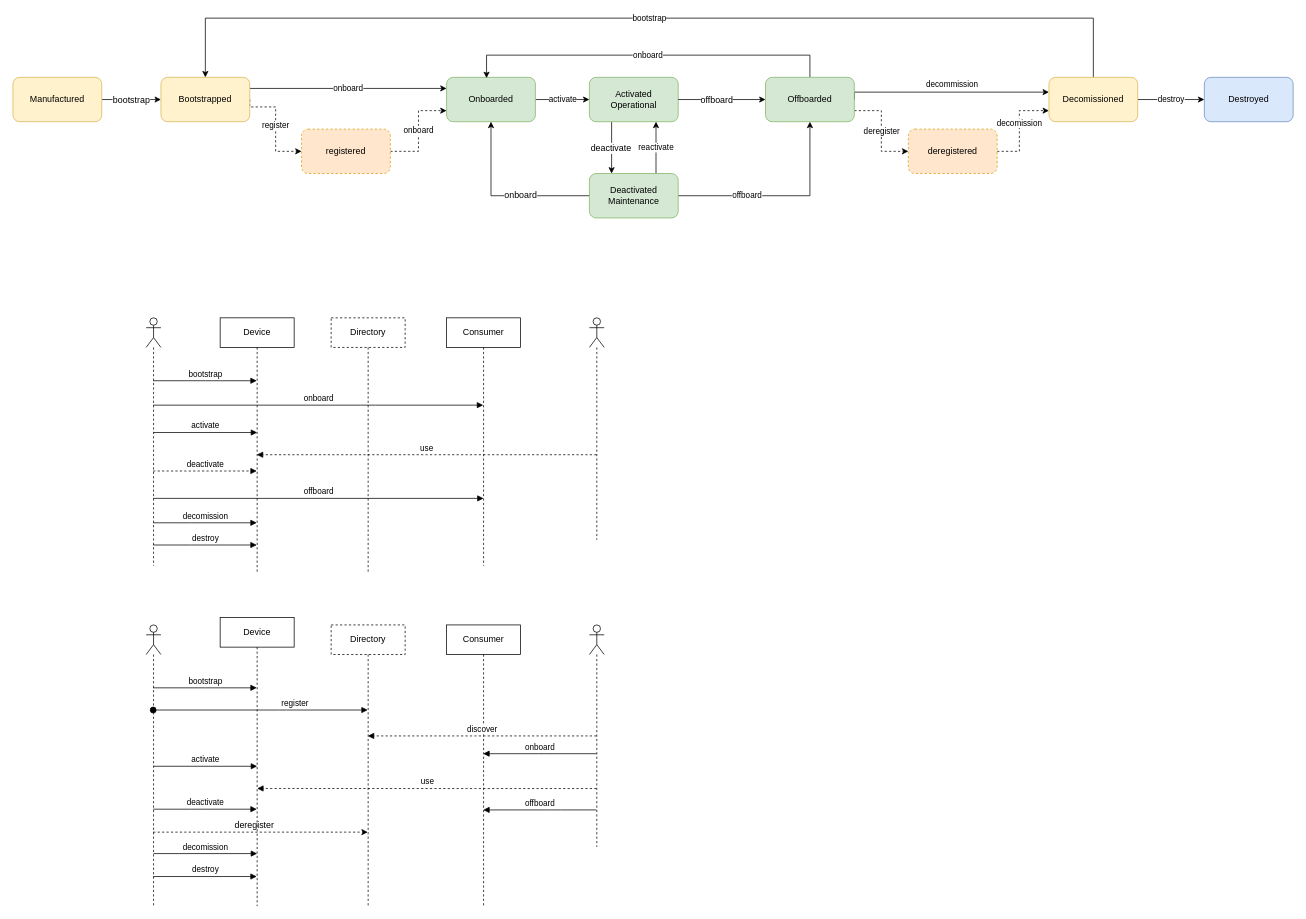
This is proposals/unified device lifecycle.drawio from w3c/wot-architecture, a draw.io file, before an edit. Source tidied: cells renumbered, new cells numbered last; positions are measured from the earlier drawing's top-left corner, leaving out a move shared by most shapes. Both pictures are drawn from the tidied source at 74%, with x=0, y=0 at pixel (13, 18).
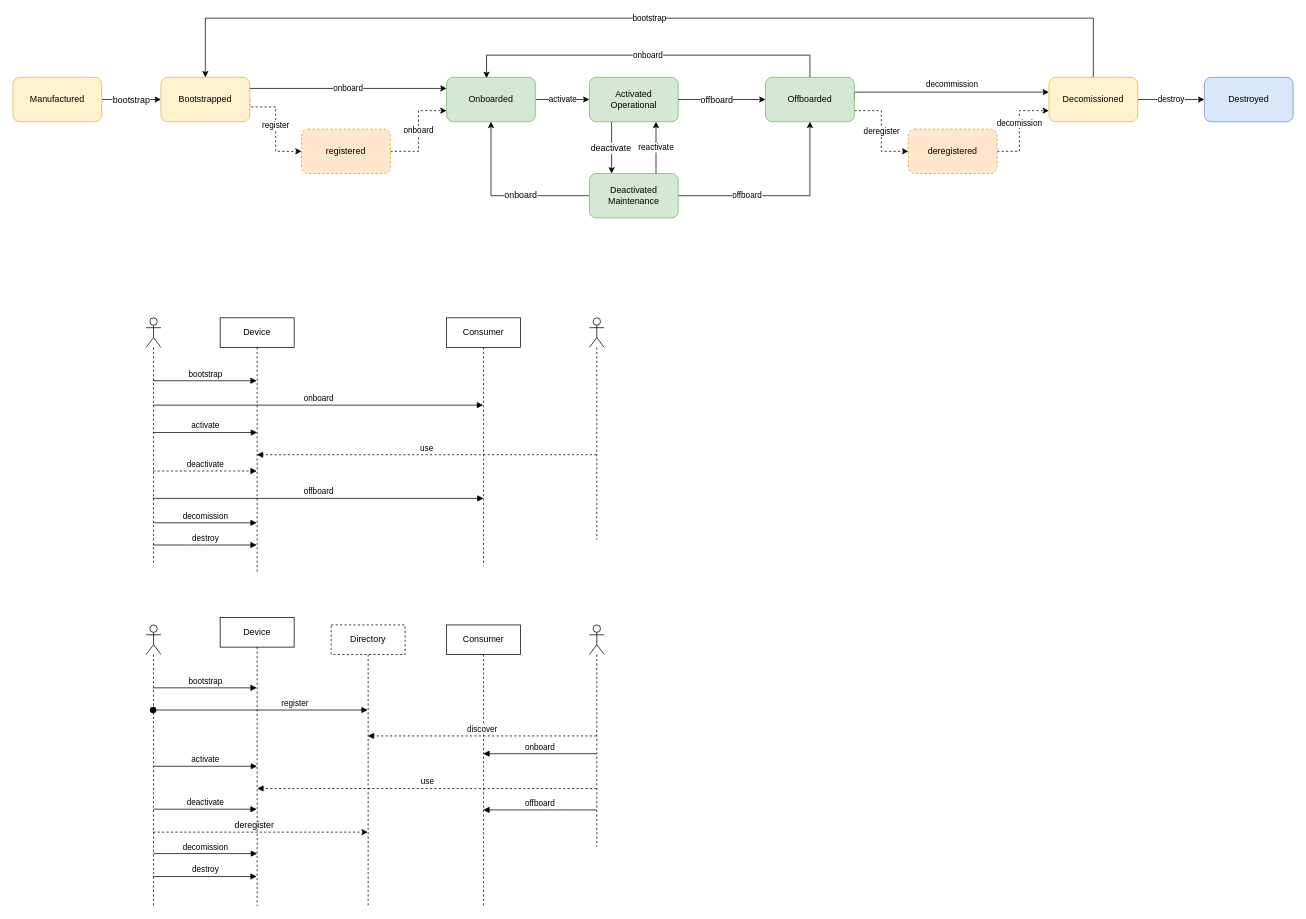
The same diagram, later.

Change to the diagram source:
```diff
@@
-    <mxCell id="29" value="Directory" style="shape=umlLifeline;perimeter=lifelinePerimeter;whiteSpace=wrap;html=1;dashed=1;" parent="1" vertex="1">
-      <mxGeometry x="430" y="405" width="100" height="345" as="geometry" />
-    </mxCell>
```
